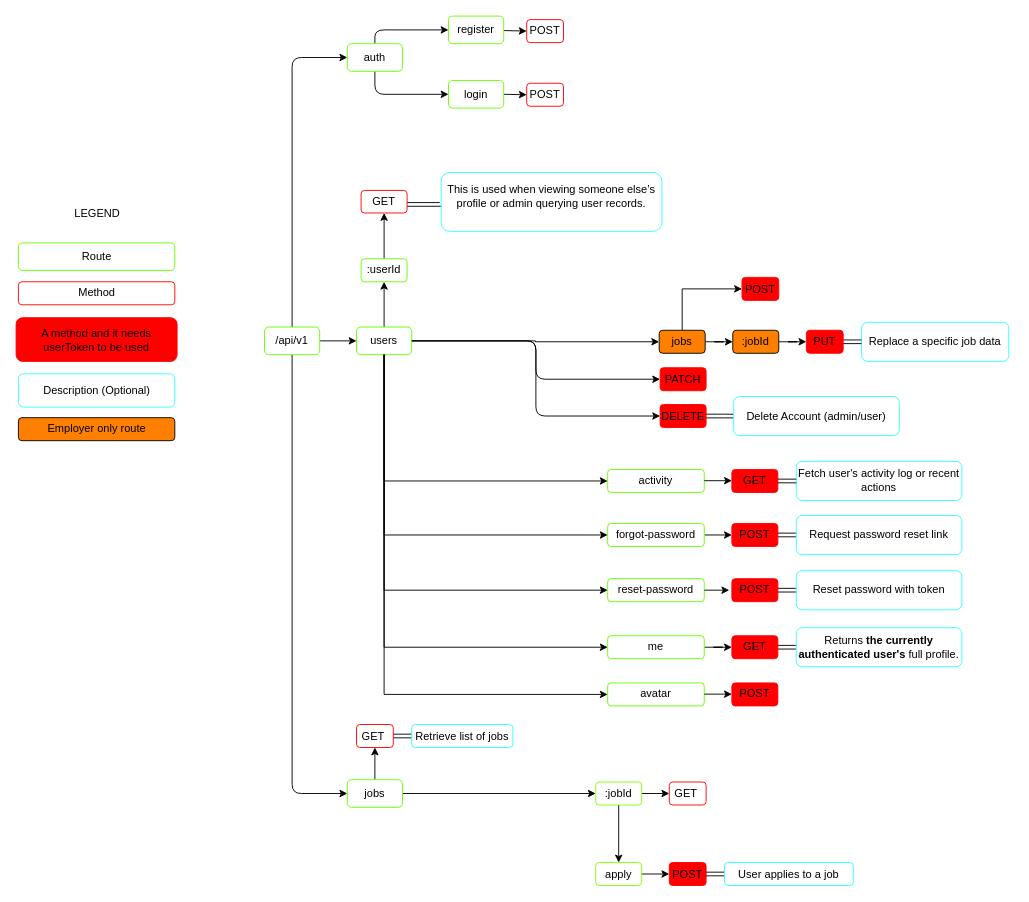
This is diagrams/rest_api.drawio from kenshiin1123/dev-match, a draw.io file, before an edit. Source tidied: cells renumbered, new cells numbered last; positions are measured from the earlier drawing's top-left corner, leaving out a move shared by most shapes. Both pictures are drawn from the tidied source at 92%, with x=0, y=0 at pixel (16, 16).
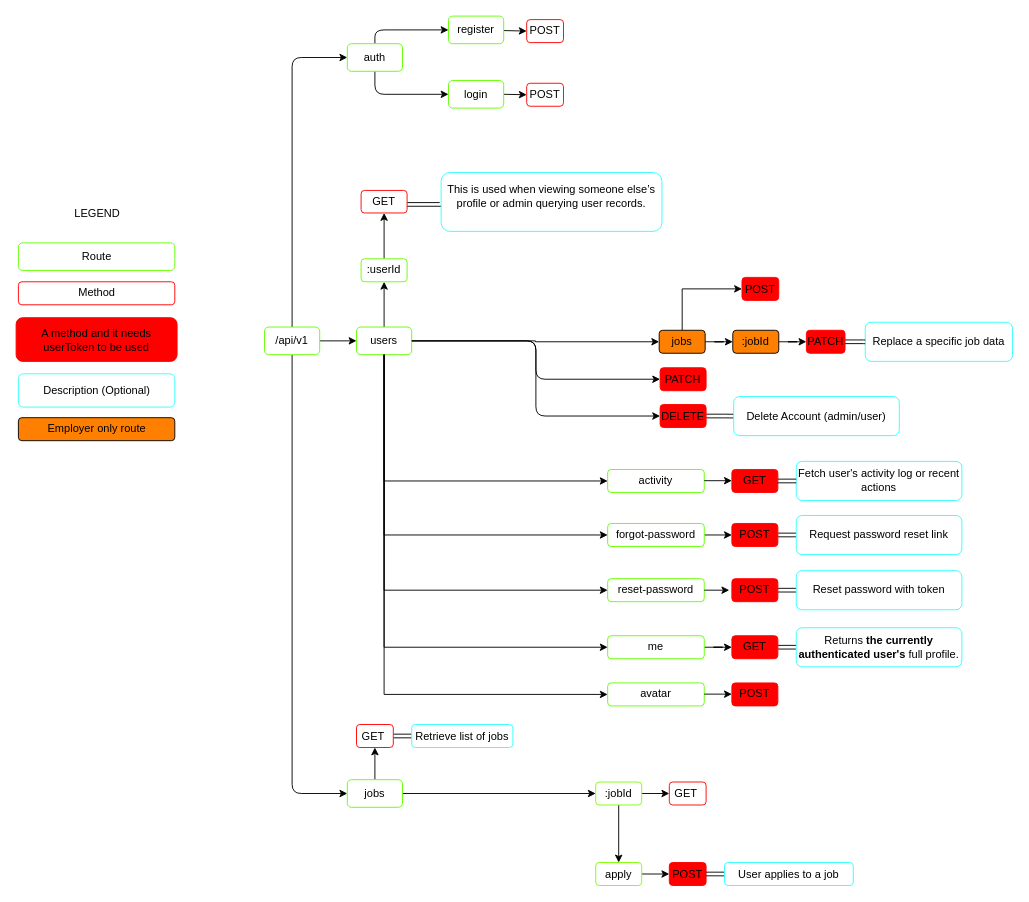
After the change.

The edit, as a diff of the source:
```diff
@@
     <mxCell id="82" value="Replace a specific job data" style="whiteSpace=wrap;html=1;rounded=1;strokeColor=#33FFFF;fontStyle=0;" parent="1" vertex="1">
-      <mxGeometry x="919" y="332.8" width="160" height="42.5" as="geometry" />
+      <mxGeometry x="923" y="332.8" width="160" height="42.5" as="geometry" />
     </mxCell>
@@
-    <mxCell id="86" value="&lt;span&gt;PUT&lt;/span&gt;" style="whiteSpace=wrap;html=1;rounded=1;strokeColor=#FF0000;fontStyle=0;fillColor=#FF0000;" parent="1" vertex="1">
-      <mxGeometry x="859" y="341.5" width="40" height="25" as="geometry" />
+    <mxCell id="86" value="&lt;span&gt;PATCH&lt;/span&gt;" style="whiteSpace=wrap;html=1;rounded=1;strokeColor=#FF0000;fontStyle=0;fillColor=#FF0000;" parent="1" vertex="1">
+      <mxGeometry x="859" y="341.5" width="42" height="25" as="geometry" />
     </mxCell>
```
